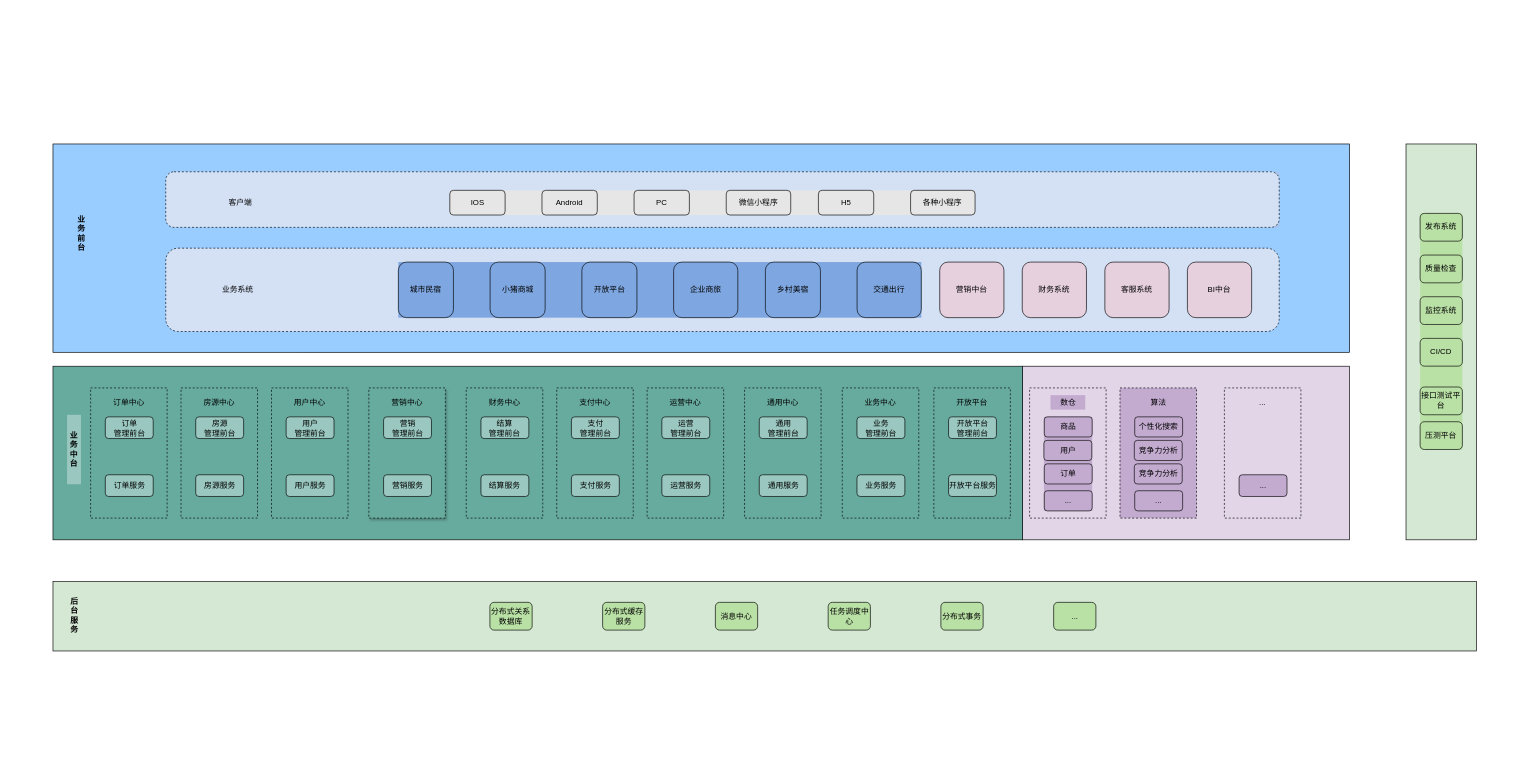
Above: 业务架构全景图.drawio in stern-hcg/draw.io (draw.io), before the change. Source tidied: cells renumbered, new cells numbered last; positions are measured from the earlier drawing's top-left corner, leaving out a move shared by most shapes. Both pictures are drawn from the tidied source at 65%, with x=0, y=0 at pixel (53, 144).
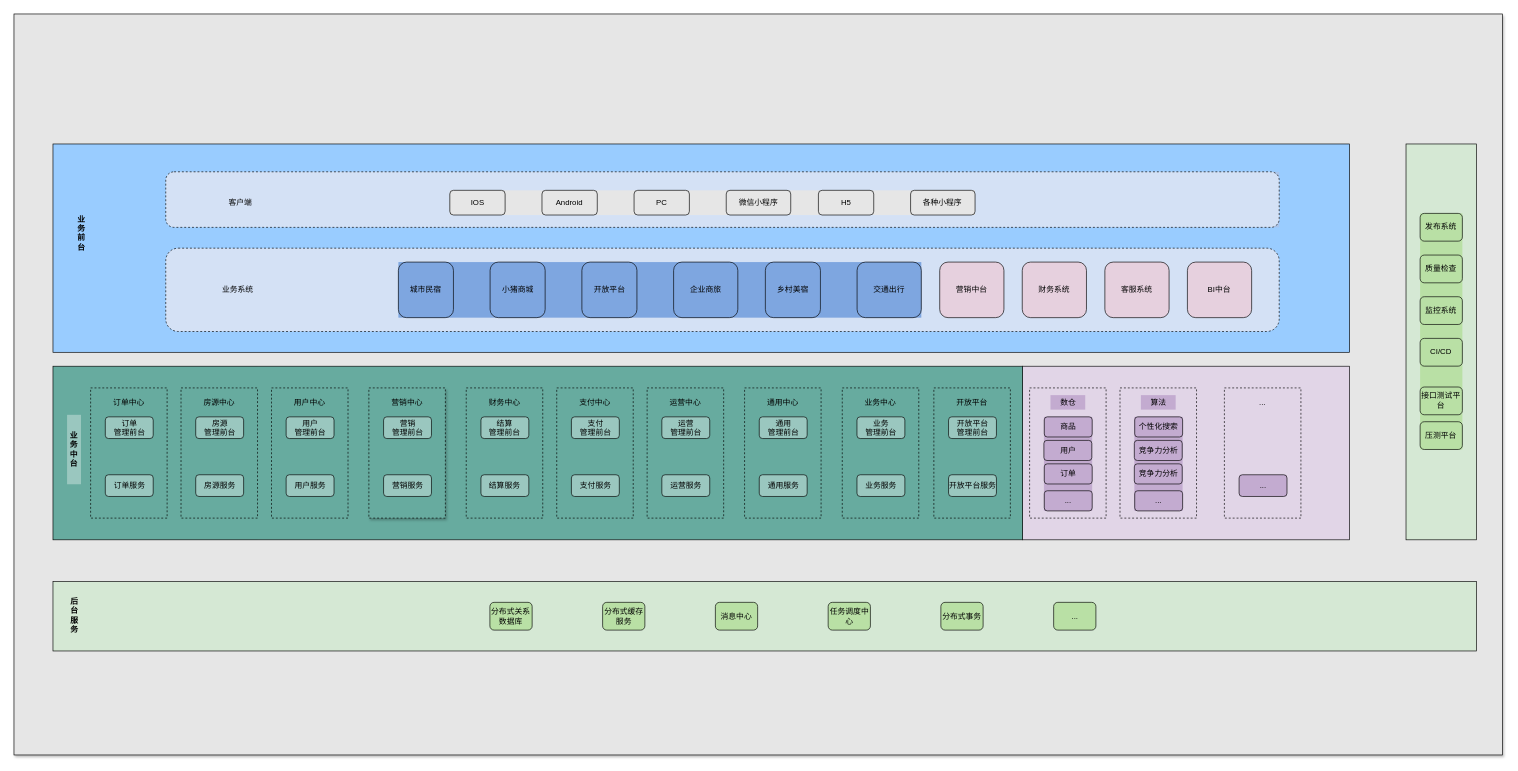
After the change.

Commit message:
Update 业务架构全景图.drawio

Unchanged cells that the change refers to:
```xml
<mxCell id="2" style="group;" parent="1" vertex="1">
  <mxGeometry width="2190" height="780" as="geometry" />
</mxCell>
```

What changed in the source:
```diff
@@
+    <mxCell id="111" style="rounded=0;whiteSpace=wrap;html=1;shadow=1;fillColor=#E6E6E6;" parent="1" vertex="1">
+      <mxGeometry x="-60" y="-200" width="2290" height="1140" as="geometry" />
+    </mxCell>
@@
-    <mxCell id="84" style="rounded=0;whiteSpace=wrap;html=1;dashed=1;fillColor=#C3ABD0;" parent="2" vertex="1">
+    <mxCell id="84" style="rounded=0;whiteSpace=wrap;html=1;dashed=1;fillColor=#E1D5E7;" parent="2" vertex="1">
       <mxGeometry x="1641.6" y="375.3" width="117.7" height="200.3" as="geometry" />
     </mxCell>
```
